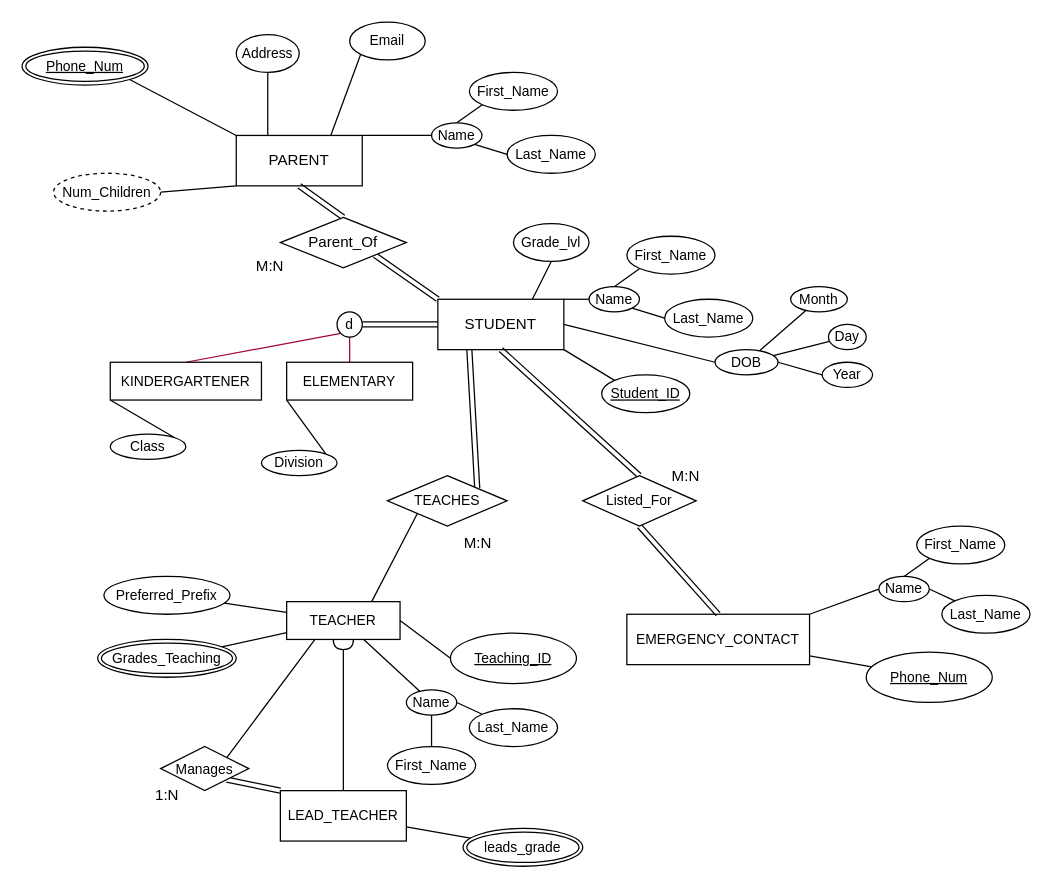
Earlier version of the draw.io diagram prompt2.drawio (NoahVickerson/ENSF300-Project2). Source tidied: cells renumbered, new cells numbered last; positions are measured from the earlier drawing's top-left corner, leaving out a move shared by most shapes. Both pictures are drawn from the tidied source at 126%, with x=0, y=0 at pixel (21, 21).
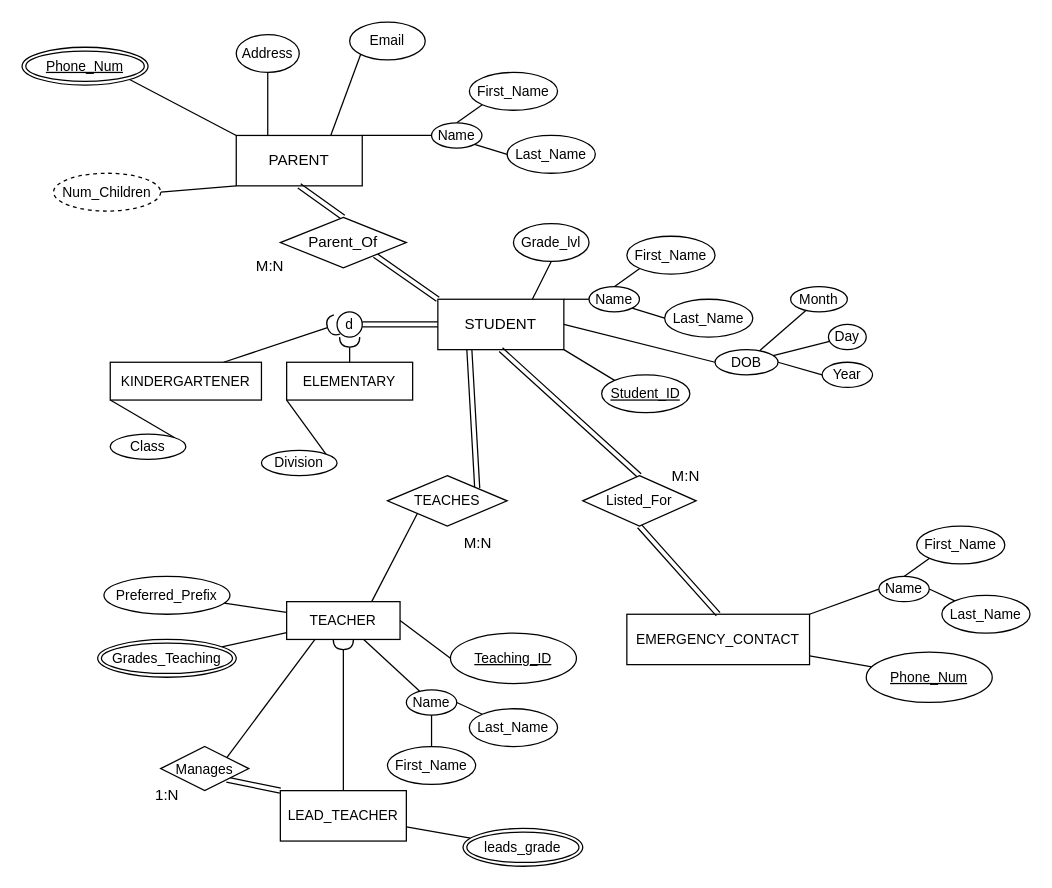
Above is the later version.

Commit message:
last commit before adding grade entity

Unchanged cells that the change refers to:
```xml
<mxCell id="26" value="d" style="ellipse;whiteSpace=wrap;html=1;fontFamily=Helvetica;fontSize=11;fontColor=default;" parent="1" vertex="1">
  <mxGeometry x="250" y="230" width="20" height="20" as="geometry" />
</mxCell>
<mxCell id="28" value="KINDERGARTENER" style="whiteSpace=wrap;html=1;align=center;fontFamily=Helvetica;fontSize=11;fontColor=default;" parent="1" vertex="1">
  <mxGeometry x="70" y="270" width="120" height="30" as="geometry" />
</mxCell>
<mxCell id="31" value="ELEMENTARY" style="whiteSpace=wrap;html=1;align=center;fontFamily=Helvetica;fontSize=11;fontColor=default;" parent="1" vertex="1">
  <mxGeometry x="210" y="270" width="100" height="30" as="geometry" />
</mxCell>
```

The edit, as a diff of the source:
```diff
@@
-    <mxCell id="23" style="edgeStyle=none;shape=connector;rounded=1;html=1;exitX=0;exitY=1;exitDx=0;exitDy=0;entryX=0.5;entryY=0;entryDx=0;entryDy=0;labelBackgroundColor=default;strokeColor=#A50040;fontFamily=Helvetica;fontSize=11;fontColor=default;endArrow=none;endFill=0;fillColor=#d80073;" parent="1" edge="1" source="26" target="28">
-      <mxGeometry relative="1" as="geometry" />
-    </mxCell>
-    <mxCell id="24" style="edgeStyle=none;shape=connector;rounded=1;html=1;exitX=0.5;exitY=1;exitDx=0;exitDy=0;entryX=0.5;entryY=0;entryDx=0;entryDy=0;labelBackgroundColor=default;strokeColor=#A50040;fontFamily=Helvetica;fontSize=11;fontColor=default;endArrow=none;endFill=0;fillColor=#d80073;" parent="1" edge="1" source="26" target="31">
-      <mxGeometry relative="1" as="geometry" />
-    </mxCell>
@@
+    <mxCell id="88" style="edgeStyle=none;shape=connector;rounded=1;html=1;exitX=0.75;exitY=0;exitDx=0;exitDy=0;entryX=0;entryY=0.5;entryDx=0;entryDy=0;labelBackgroundColor=default;strokeColor=default;fontFamily=Helvetica;fontSize=11;fontColor=default;endArrow=halfCircle;endFill=0;" parent="1" edge="1" source="28" target="26">
+      <mxGeometry relative="1" as="geometry" />
+    </mxCell>
@@
+    <mxCell id="89" style="edgeStyle=none;shape=connector;rounded=1;html=1;exitX=0.5;exitY=0;exitDx=0;exitDy=0;entryX=0.5;entryY=1;entryDx=0;entryDy=0;labelBackgroundColor=default;strokeColor=default;fontFamily=Helvetica;fontSize=11;fontColor=default;endArrow=halfCircle;endFill=0;" parent="1" edge="1" source="31" target="26">
+      <mxGeometry relative="1" as="geometry" />
+    </mxCell>
```
